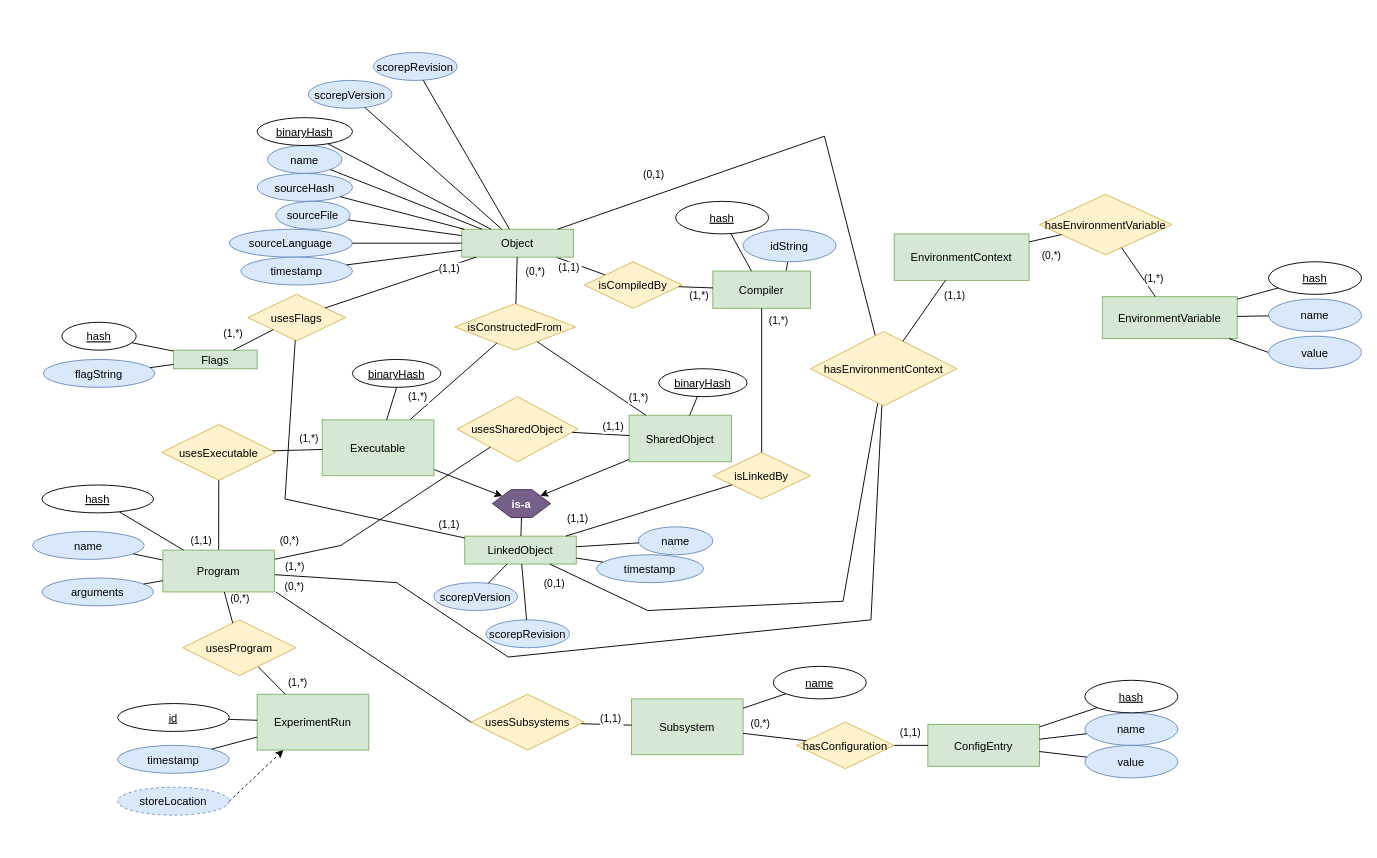
The draw.io diagram schema/v0.1/scorep_metadata.drawio in SCOREP-FAIR/scorep-fair.github.io, before the edit. Source tidied: cells renumbered, new cells numbered last; positions are measured from the earlier drawing's top-left corner, leaving out a move shared by most shapes. Both pictures are drawn from the tidied source at 93%, with x=0, y=0 at pixel (33, 52).
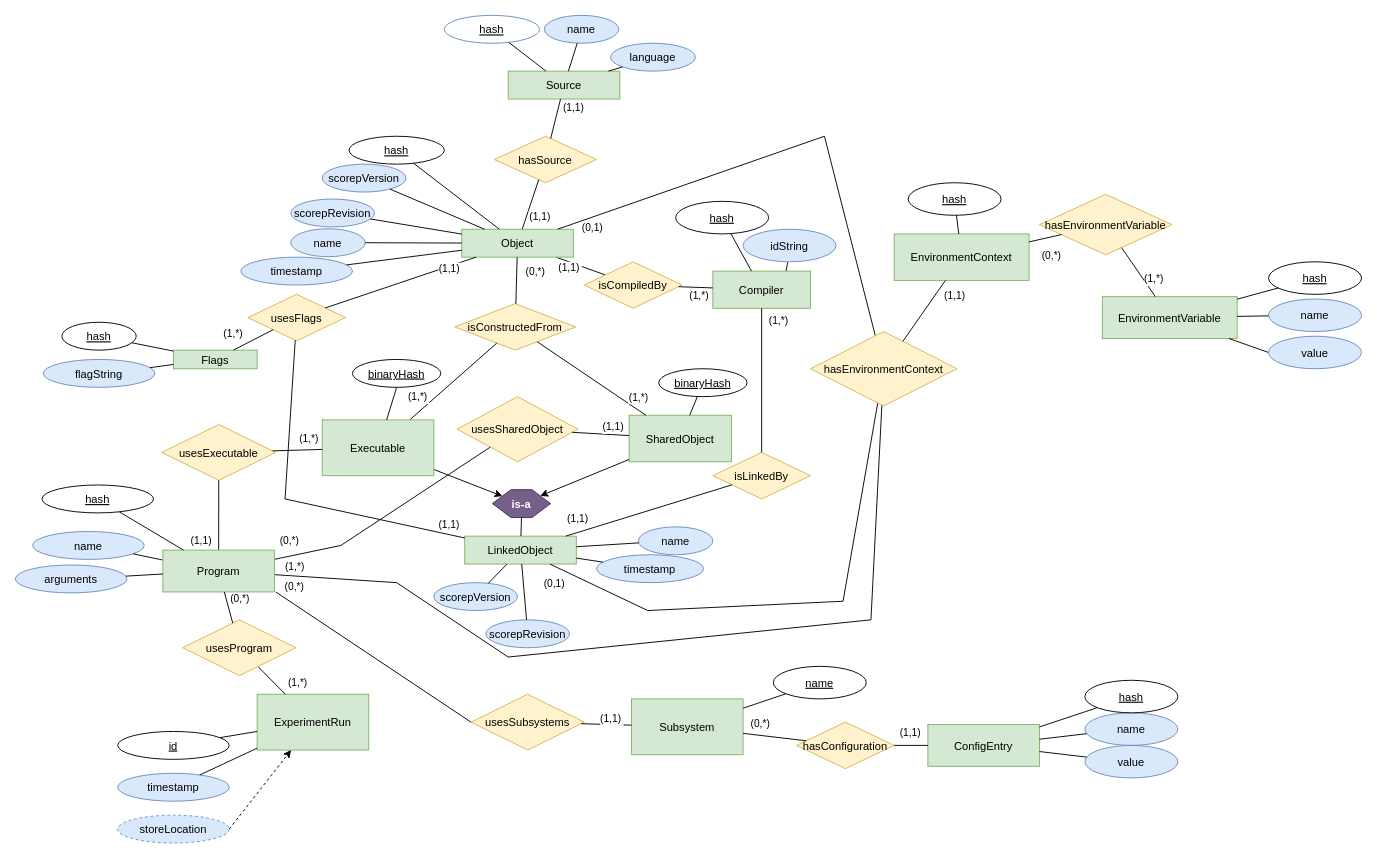
The same diagram, later.

Commit message (it also covers changes not shown here):
Sourcefile is its own entity, EnvironmentContext has a hash

The change refers to these unchanged cells:
```xml
<mxCell id="4" value="Object" style="rounded=0;fillColor=#d5e8d4;strokeColor=#82b366;" parent="1" vertex="1">
  <mxGeometry x="461" y="190" width="120" height="30" as="geometry" />
</mxCell>
<mxCell id="26" style="rounded=0;jettySize=auto;endArrow=none;startFill=0;" parent="1" edge="1" source="4" target="120">
  <mxGeometry relative="1" as="geometry">
    <Array as="points">
      <mxPoint x="851" y="90" />
    </Array>
  </mxGeometry>
</mxCell>
<mxCell id="113" value="EnvironmentContext" style="rounded=0;fillColor=#d5e8d4;strokeColor=#82b366;" parent="1" vertex="1">
  <mxGeometry x="926" y="195" width="145" height="50" as="geometry" />
</mxCell>
```

The edit, as a diff of the source:
```diff
@@
     <mxCell id="11" value="name" style="ellipse;fillColor=#dae8fc;strokeColor=#6c8ebf;" parent="1" vertex="1">
-      <mxGeometry x="252.2" y="100" width="80" height="30" as="geometry" />
+      <mxGeometry x="277.2" y="189.5" width="80" height="30" as="geometry" />
     </mxCell>
-    <mxCell id="12" value="sourceHash" style="ellipse;fillColor=#dae8fc;strokeColor=#6c8ebf;" parent="1" vertex="1">
-      <mxGeometry x="241" y="130" width="102.5" height="30" as="geometry" />
-    </mxCell>
-    <mxCell id="13" value="binaryHash" style="ellipse;fontStyle=4;" parent="1" vertex="1">
-      <mxGeometry x="241" y="70" width="102.5" height="30" as="geometry" />
+    <mxCell id="13" value="hash" style="ellipse;fontStyle=4;" parent="1" vertex="1">
+      <mxGeometry x="339.8" y="90" width="102.5" height="30" as="geometry" />
     </mxCell>
@@
-    <mxCell id="15" style="rounded=0;jettySize=auto;endArrow=none;startFill=0;" parent="1" edge="1" source="12" target="4">
-      <mxGeometry relative="1" as="geometry" />
-    </mxCell>
@@
-    <mxCell id="17" value="sourceLanguage" style="ellipse;fillColor=#dae8fc;strokeColor=#6c8ebf;" parent="1" vertex="1">
-      <mxGeometry x="211" y="190" width="132.5" height="30" as="geometry" />
-    </mxCell>
-    <mxCell id="18" style="rounded=0;jettySize=auto;endArrow=none;startFill=0;" parent="1" edge="1" source="17" target="4">
-      <mxGeometry relative="1" as="geometry" />
-    </mxCell>
@@
     <mxCell id="27" value="(0,1)" style="edgeLabel;align=center;verticalAlign=middle;" parent="26" vertex="1">
       <mxGeometry x="-0.27" relative="1" as="geometry">
-        <mxPoint x="-78" y="4" as="offset" />
+        <mxPoint x="-144" y="61" as="offset" />
       </mxGeometry>
     </mxCell>
@@
-    <mxCell id="46" value="sourceFile" style="ellipse;fillColor=#dae8fc;strokeColor=#6c8ebf;" parent="1" vertex="1">
-      <mxGeometry x="261" y="160" width="80" height="30" as="geometry" />
-    </mxCell>
-    <mxCell id="47" style="rounded=0;jettySize=auto;endArrow=none;startFill=0;" parent="1" edge="1" source="46" target="4">
-      <mxGeometry relative="1" as="geometry" />
-    </mxCell>
@@
     <mxCell id="66" value="timestamp" style="ellipse;fillColor=#dae8fc;strokeColor=#6c8ebf;" parent="1" vertex="1">
-      <mxGeometry x="91" y="745" width="120" height="30" as="geometry" />
+      <mxGeometry x="91" y="775" width="120" height="30" as="geometry" />
     </mxCell>
@@
     <mxCell id="68" value="id" style="ellipse;fontStyle=4;" parent="1" vertex="1">
-      <mxGeometry x="91" y="700" width="120" height="30" as="geometry" />
+      <mxGeometry x="91" y="730" width="120" height="30" as="geometry" />
     </mxCell>
@@
     <mxCell id="123" value="storeLocation" style="ellipse;dashed=1;fillColor=#dae8fc;strokeColor=#6c8ebf;" parent="1" vertex="1">
-      <mxGeometry x="91" y="790" width="120" height="30" as="geometry" />
+      <mxGeometry x="91" y="820" width="120" height="30" as="geometry" />
     </mxCell>
     <mxCell id="124" value="scorepVersion" style="ellipse;fillColor=#dae8fc;strokeColor=#6c8ebf;" parent="1" vertex="1">
-      <mxGeometry x="296" y="30" width="90" height="30" as="geometry" />
+      <mxGeometry x="311" y="120" width="90" height="30" as="geometry" />
     </mxCell>
@@
     <mxCell id="126" value="scorepRevision" style="ellipse;fillColor=#dae8fc;strokeColor=#6c8ebf;" parent="1" vertex="1">
-      <mxGeometry x="366" width="90" height="30" as="geometry" />
+      <mxGeometry x="277.2" y="157.5" width="90" height="30" as="geometry" />
     </mxCell>
@@
     <mxCell id="135" value="arguments" style="ellipse;fillColor=#dae8fc;strokeColor=#6c8ebf;" parent="1" vertex="1">
-      <mxGeometry x="9.6" y="565" width="120" height="30" as="geometry" />
+      <mxGeometry x="-19" y="551" width="120" height="30" as="geometry" />
     </mxCell>
@@
+    <mxCell id="144" value="hash" style="ellipse;fontStyle=4;" parent="1" vertex="1">
+      <mxGeometry x="941" y="140" width="100" height="35" as="geometry" />
+    </mxCell>
+    <mxCell id="145" style="rounded=0;jettySize=auto;endArrow=none;startFill=0;" parent="1" edge="1" source="113" target="144">
+      <mxGeometry relative="1" as="geometry" />
+    </mxCell>
+    <mxCell id="146" value="Source" style="rounded=0;fillColor=#d5e8d4;strokeColor=#82b366;" parent="1" vertex="1">
+      <mxGeometry x="511" y="20" width="120" height="30" as="geometry" />
+    </mxCell>
+    <mxCell id="147" value="hasSource" style="rhombus;fillColor=#fff2cc;strokeColor=#d6b656;" parent="1" vertex="1">
+      <mxGeometry x="496" y="90" width="110" height="50" as="geometry" />
+    </mxCell>
+    <mxCell id="148" style="rounded=0;jettySize=auto;endArrow=none;startFill=0;" parent="1" edge="1" source="147" target="4">
+      <mxGeometry relative="1" as="geometry" />
+    </mxCell>
+    <mxCell id="149" value="(1,1)" style="edgeLabel;align=center;verticalAlign=middle;" parent="148" vertex="1">
+      <mxGeometry x="-0.12" y="-1" relative="1" as="geometry">
+        <mxPoint x="10" y="15" as="offset" />
+      </mxGeometry>
+    </mxCell>
+    <mxCell id="150" value="hash" style="ellipse;fillColor=none;strokeColor=#6c8ebf;textShadow=0;fontStyle=4;" parent="1" vertex="1">
+      <mxGeometry x="442.2" y="-40" width="102.5" height="30" as="geometry" />
+    </mxCell>
+    <mxCell id="151" value="language" style="ellipse;fillColor=#dae8fc;strokeColor=#6c8ebf;" parent="1" vertex="1">
+      <mxGeometry x="621" y="-10" width="91.2" height="30" as="geometry" />
+    </mxCell>
+    <mxCell id="152" value="name" style="ellipse;fillColor=#dae8fc;strokeColor=#6c8ebf;" parent="1" vertex="1">
+      <mxGeometry x="549.8" y="-40" width="80" height="30" as="geometry" />
+    </mxCell>
+    <mxCell id="153" style="rounded=0;jettySize=auto;endArrow=none;startFill=0;" parent="1" edge="1" source="146" target="147">
+      <mxGeometry relative="1" as="geometry" />
+    </mxCell>
+    <mxCell id="154" value="(1,1)" style="edgeLabel;align=center;verticalAlign=middle;" parent="153" vertex="1">
+      <mxGeometry x="-0.58" relative="1" as="geometry">
+        <mxPoint x="16" as="offset" />
+      </mxGeometry>
+    </mxCell>
+    <mxCell id="155" style="rounded=0;jettySize=auto;endArrow=none;startFill=0;" parent="1" edge="1" source="151" target="146">
+      <mxGeometry relative="1" as="geometry" />
+    </mxCell>
+    <mxCell id="156" style="rounded=0;jettySize=auto;endArrow=none;startFill=0;" parent="1" edge="1" source="152" target="146">
+      <mxGeometry relative="1" as="geometry" />
+    </mxCell>
+    <mxCell id="157" style="rounded=0;jettySize=auto;endArrow=none;startFill=0;" parent="1" edge="1" source="150" target="146">
+      <mxGeometry relative="1" as="geometry" />
+    </mxCell>
```
